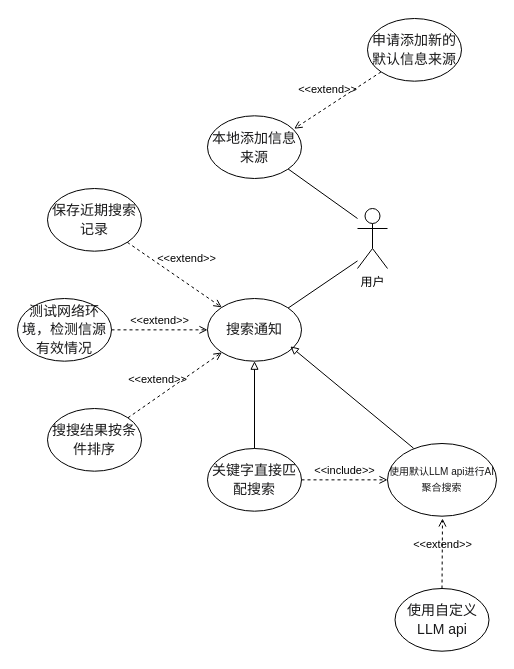
Earlier version of the draw.io diagram UML.drawio (RimLutienpeist/Draw_io_Repo). Source tidied: cells renumbered, new cells numbered last; positions are measured from the earlier drawing's top-left corner, leaving out a move shared by most shapes. Both pictures are drawn from the tidied source at 100%, with x=0, y=0 at pixel (17, 18).
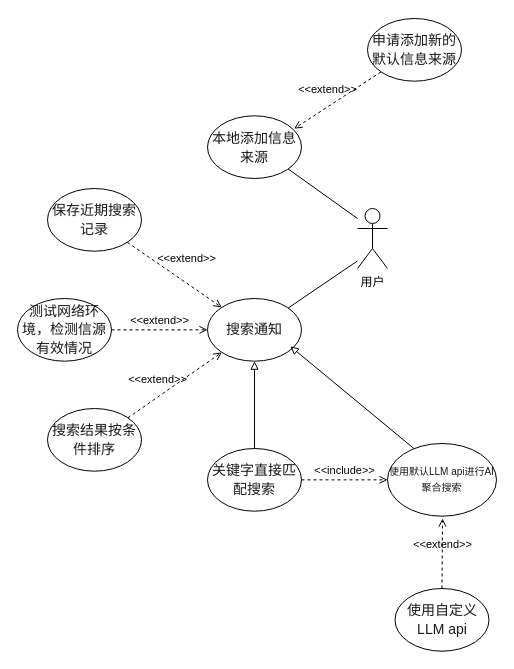
After the change.

What changed in the source:
```diff
@@
-    <mxCell id="11" value="&lt;div style=&quot;line-height: 1.3; vertical-align: middle; color: rgb(25, 25, 26); font-size: 14px;&quot;&gt;&lt;div style=&quot;line-height: 1.3; vertical-align: middle;&quot;&gt;&lt;div style=&quot;line-height: 1.3; vertical-align: middle;&quot;&gt;&lt;p&gt;搜搜结果按条件排序&lt;/p&gt;&lt;/div&gt;&lt;/div&gt;&lt;/div&gt;" style="ellipse;whiteSpace=wrap;html=1;fontFamily=Helvetica;" parent="1" vertex="1">
+    <mxCell id="11" value="&lt;div style=&quot;line-height: 1.3; vertical-align: middle; color: rgb(25, 25, 26); font-size: 14px;&quot;&gt;&lt;div style=&quot;line-height: 1.3; vertical-align: middle;&quot;&gt;&lt;div style=&quot;line-height: 1.3; vertical-align: middle;&quot;&gt;&lt;p&gt;搜索结果按条件排序&lt;/p&gt;&lt;/div&gt;&lt;/div&gt;&lt;/div&gt;" style="ellipse;whiteSpace=wrap;html=1;fontFamily=Helvetica;" parent="1" vertex="1">
       <mxGeometry x="30" y="390" width="94" height="62.7" as="geometry" />
     </mxCell>
```
